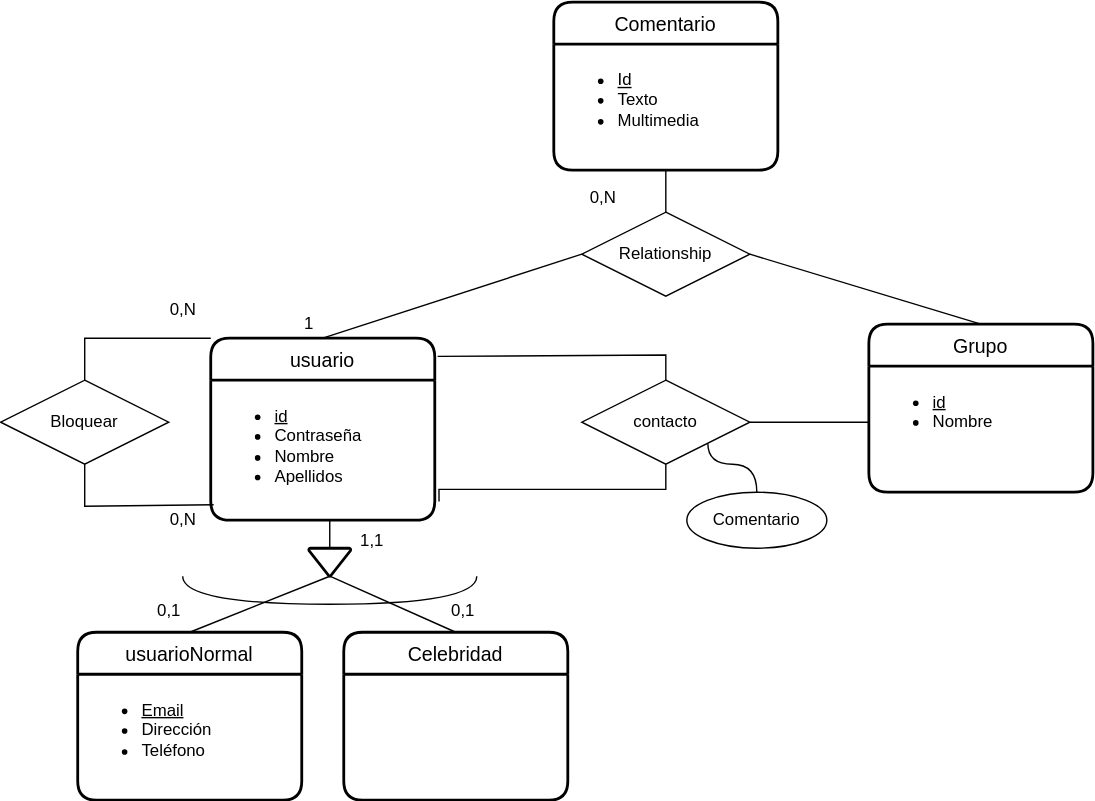
Earlier version of the draw.io export UD12-14.svg (Jimxx22/C3-UD11-UML). Source tidied: cells renumbered, new cells last; positions are measured from the earlier drawing's top-left corner, leaving out a move shared by most shapes.
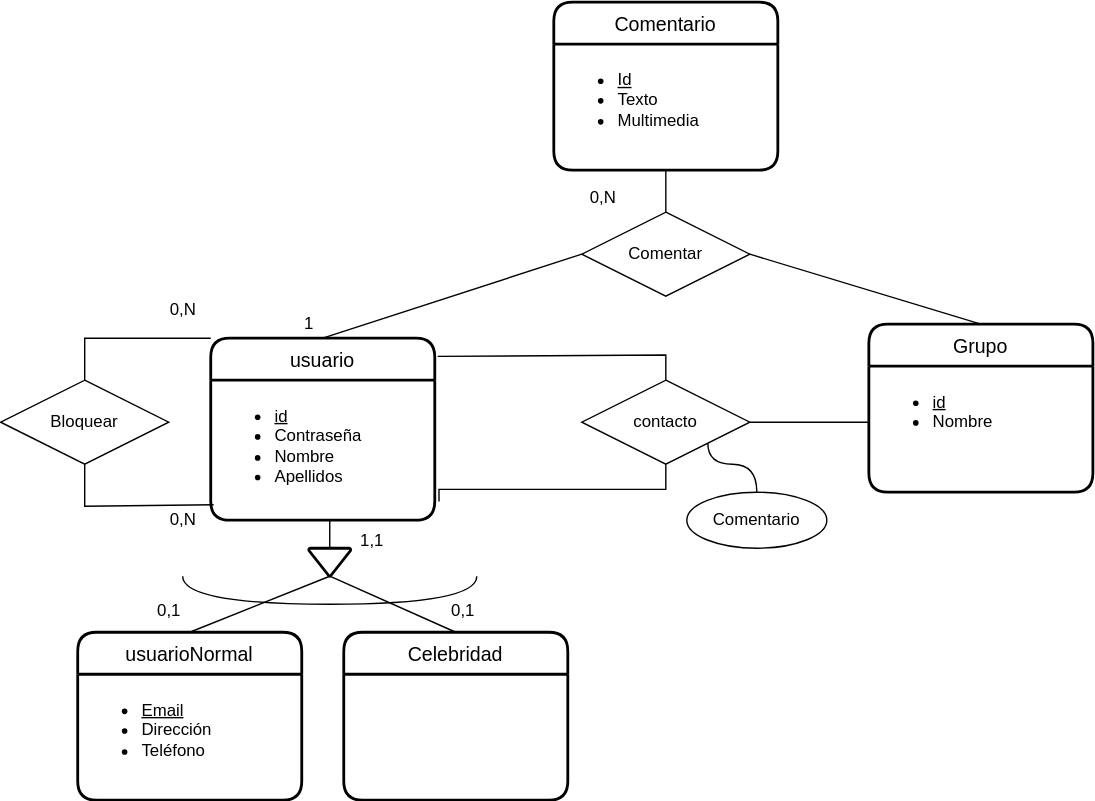
After the change.

Diff of the diagram source:
```diff
@@ -79,7 +79,7 @@
         </Array>
       </mxGeometry>
     </mxCell>
-    <mxCell id="21" value="Relationship" style="shape=rhombus;perimeter=rhombusPerimeter;whiteSpace=wrap;html=1;align=center;labelBackgroundColor=none;" parent="1" vertex="1">
+    <mxCell id="21" value="Comentar" style="shape=rhombus;perimeter=rhombusPerimeter;whiteSpace=wrap;html=1;align=center;labelBackgroundColor=none;" parent="1" vertex="1">
       <mxGeometry x="415" y="150" width="120" height="60" as="geometry" />
     </mxCell>
     <mxCell id="22" style="endArrow=none;html=1;rounded=0;labelBackgroundColor=none;exitX=0.5;exitY=0;exitDx=0;exitDy=0;entryX=0;entryY=0.5;entryDx=0;entryDy=0;" parent="1" edge="1" source="2" target="21">
```
